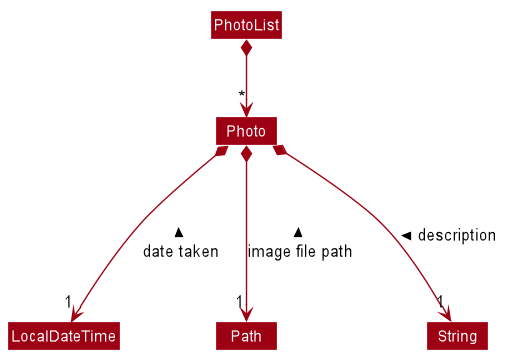
Before: images/diary/DiaryPhotoModelClassDiagram.png, a diagram exported from PlantUML (AY1920S1-CS2103T-T11-4/main). Source of this version:
```plantuml
@startuml








skinparam BackgroundColor #FFFFFFF

skinparam Shadowing false

skinparam Class {
    FontColor #FFFFFF
    BorderThickness 1
    BorderColor #FFFFFF
    StereotypeFontColor #FFFFFF
    FontName Arial
}

skinparam Actor {
    BorderColor #000000
    Color #000000
    FontName Arial
}

skinparam Sequence {
    MessageAlign center
    BoxFontSize 15
    BoxPadding 0
    BoxFontColor #FFFFFF
    FontName Arial
}

skinparam Participant {
    FontColor #FFFFFFF
    Padding 20
}

skinparam MinClassWidth 50
skinparam ParticipantPadding 10
skinparam Shadowing false
skinparam DefaultTextAlignment center
skinparam packageStyle Rectangle

hide footbox
hide members
hide circle
skinparam arrowThickness 1.1
skinparam arrowColor #9D0012
skinparam classBackgroundColor #9D0012

class PhotoList
class Photo
class LocalDateTime
class Path
class String

PhotoList *-down-> "*" Photo

Photo *---> "1" LocalDateTime : date taken <
Photo *---> "1" Path : image file path <
Photo *---> "1" String : description <

@enduml
```
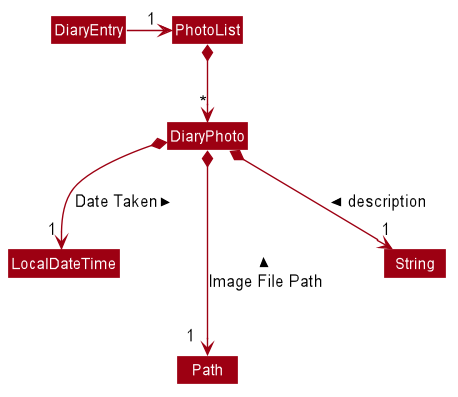
The same file after the commit.

The edit, as a diff of the source:
```diff
@@ -52,15 +52,17 @@
 skinparam classBackgroundColor #9D0012
 
 class PhotoList
-class Photo
+class DiaryPhoto
 class LocalDateTime
 class Path
 class String
 
-PhotoList *-down-> "*" Photo
+Class HiddenOutside #FFFFFF
+DiaryEntry -right-> "1 " PhotoList
+PhotoList *-down-> "*" DiaryPhoto
 
-Photo *---> "1" LocalDateTime : date taken <
-Photo *---> "1" Path : image file path <
-Photo *---> "1" String : description <
+DiaryPhoto *--> "  1" LocalDateTime : Date Taken <
+DiaryPhoto *---> "          1" Path : Image File Path <
+DiaryPhoto *--> "                                                        1 " String : description <
 
 @enduml
```
